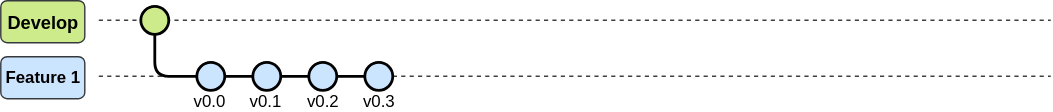
Above: 03_ImagenesRepo/Image_readme.svg in LEOSZ8/Tesis_Msc_LSZ (draw.io), before the change. Source tidied: cells renumbered, new cells last; positions are measured from the earlier drawing's top-left corner, leaving out a move shared by most shapes.
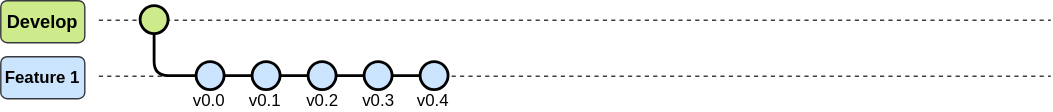
Later version of the same file.

Change to the diagram source:
```diff
@@ -53,11 +53,20 @@
     <mxCell id="16" value="v0.2" style="text;html=1;align=center;verticalAlign=middle;whiteSpace=wrap;rounded=0;" parent="1" vertex="1">
       <mxGeometry x="215" y="67" width="30" height="10" as="geometry" />
     </mxCell>
+    <mxCell id="19" style="edgeStyle=orthogonalEdgeStyle;rounded=0;jettySize=auto;html=1;endArrow=none;endFill=0;strokeWidth=2;" parent="1" edge="1" source="17" target="20">
+      <mxGeometry relative="1" as="geometry" />
+    </mxCell>
     <mxCell id="17" style="ellipse;whiteSpace=wrap;html=1;fillColor=#cce5ff;strokeColor=#000000;strokeWidth=2;" parent="1" vertex="1">
       <mxGeometry x="260" y="44" width="20" height="20" as="geometry" />
     </mxCell>
     <mxCell id="18" value="v0.3" style="text;html=1;align=center;verticalAlign=middle;whiteSpace=wrap;rounded=0;" parent="1" vertex="1">
       <mxGeometry x="255" y="67" width="30" height="10" as="geometry" />
     </mxCell>
+    <mxCell id="20" style="ellipse;whiteSpace=wrap;html=1;fillColor=#cce5ff;strokeColor=#000000;strokeWidth=2;" parent="1" vertex="1">
+      <mxGeometry x="300" y="44" width="20" height="20" as="geometry" />
+    </mxCell>
+    <mxCell id="21" value="v0.4" style="text;html=1;align=center;verticalAlign=middle;whiteSpace=wrap;rounded=0;" parent="1" vertex="1">
+      <mxGeometry x="294" y="67" width="30" height="10" as="geometry" />
+    </mxCell>
   </root>
 </mxGraphModel>
```
